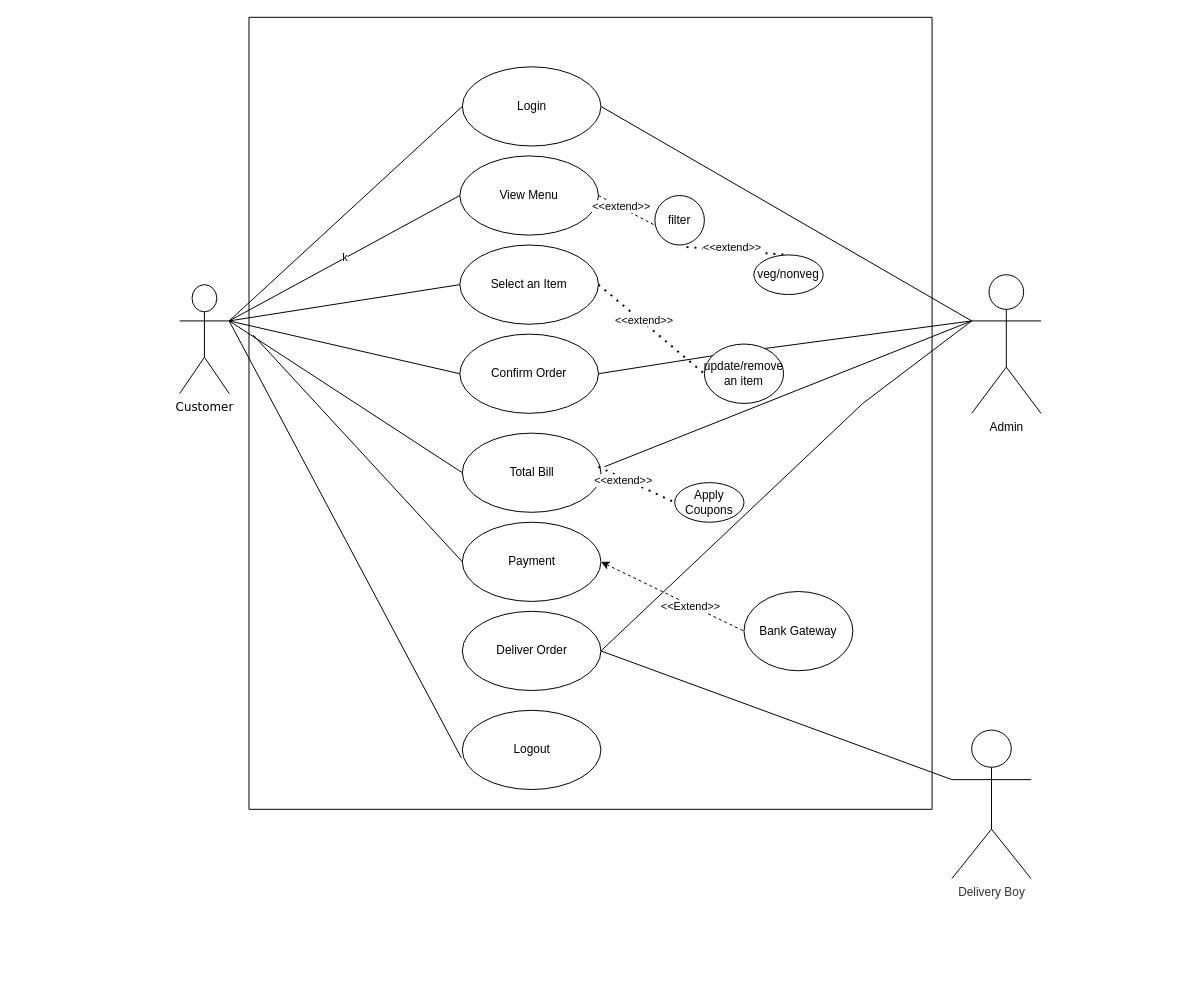
G4MB1T24/uml keeps this draw.io diagram as Untitled Diagram.drawio. Above is the earlier version. Source tidied: cells renumbered, new cells numbered last; positions are measured from the earlier drawing's top-left corner, leaving out a move shared by most shapes. Both pictures are drawn from the tidied source at 99%, with x=0, y=0 at pixel (179, 17).
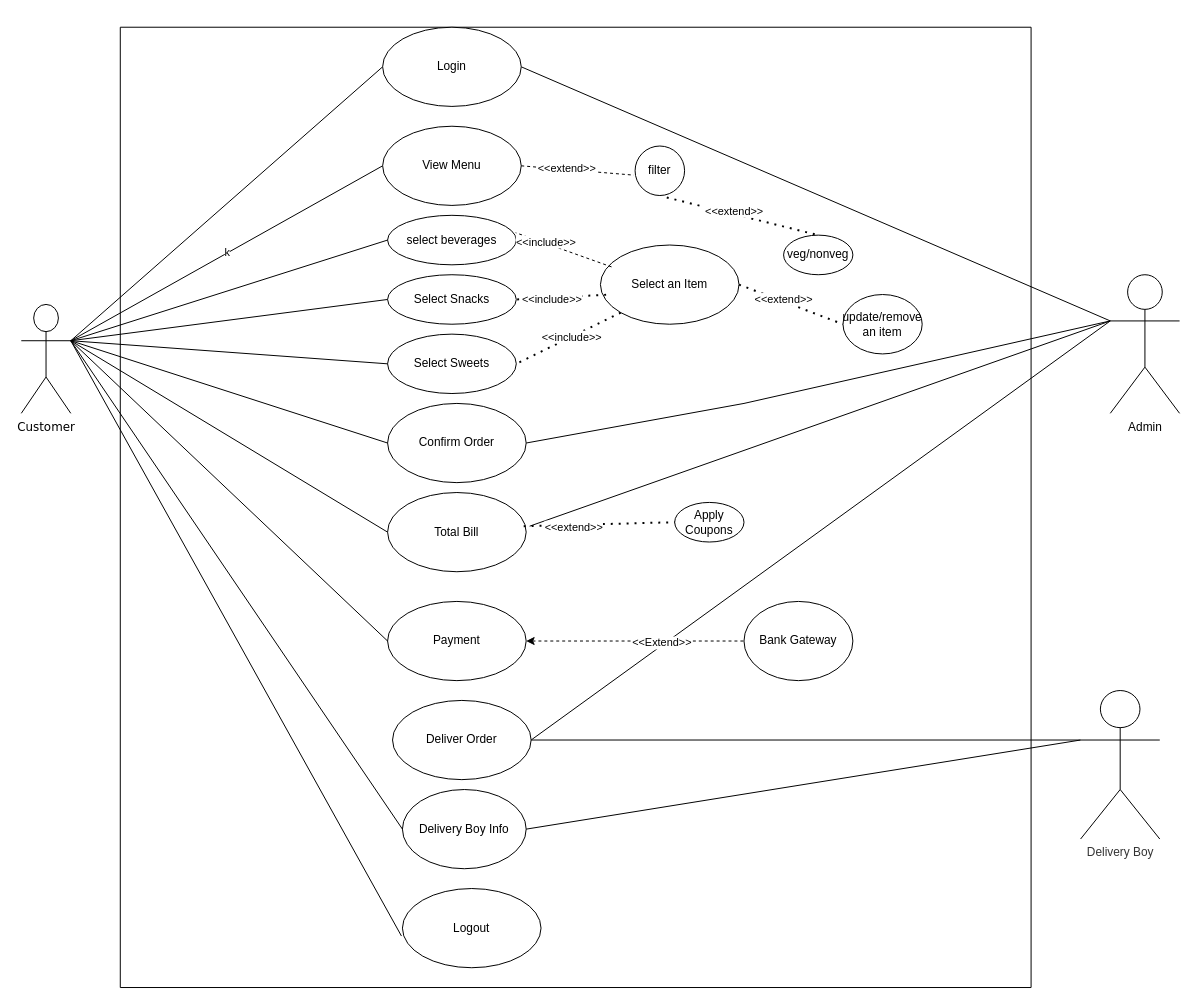
The same page after the edit.

The edit, as a diff of the source:
```diff
@@
     <mxCell id="2" value="&lt;font style=&quot;color: rgb(0, 0, 0);&quot;&gt;Customer&lt;/font&gt;&lt;div&gt;&lt;br&gt;&lt;/div&gt;" style="shape=umlActor;verticalLabelPosition=bottom;verticalAlign=top;html=1;outlineConnect=0;fontFamily=Verdana;" parent="1" vertex="1">
-      <mxGeometry y="270" width="50" height="110" as="geometry" />
+      <mxGeometry x="-160" y="290" width="50" height="110" as="geometry" />
     </mxCell>
-    <mxCell id="3" value="Login" style="ellipse;whiteSpace=wrap;html=1;" parent="1" vertex="1">
-      <mxGeometry x="285.5" y="50" width="140" height="80" as="geometry" />
-    </mxCell>
-    <mxCell id="4" value="View Menu" style="ellipse;whiteSpace=wrap;html=1;" parent="1" vertex="1">
-      <mxGeometry x="283" y="140" width="140" height="80" as="geometry" />
-    </mxCell>
-    <mxCell id="5" value="Select an Item" style="ellipse;whiteSpace=wrap;html=1;" parent="1" vertex="1">
-      <mxGeometry x="283" y="230" width="140" height="80" as="geometry" />
-    </mxCell>
-    <mxCell id="6" value="Total Bill" style="ellipse;whiteSpace=wrap;html=1;" parent="1" vertex="1">
-      <mxGeometry x="285.5" y="420" width="140" height="80" as="geometry" />
-    </mxCell>
-    <mxCell id="7" value="Confirm Order" style="ellipse;whiteSpace=wrap;html=1;" parent="1" vertex="1">
-      <mxGeometry x="283" y="320" width="140" height="80" as="geometry" />
-    </mxCell>
-    <mxCell id="8" value="Deliver Order" style="ellipse;whiteSpace=wrap;html=1;" parent="1" vertex="1">
-      <mxGeometry x="285.5" y="600" width="140" height="80" as="geometry" />
-    </mxCell>
-    <mxCell id="9" value="Logout" style="ellipse;whiteSpace=wrap;html=1;" parent="1" vertex="1">
-      <mxGeometry x="285.5" y="700" width="140" height="80" as="geometry" />
-    </mxCell>
@@
-    <mxCell id="12" style="endArrow=none;html=1;rounded=0;exitX=1;exitY=0.3333333333333333;exitDx=0;exitDy=0;exitPerimeter=0;entryX=0;entryY=0.5;entryDx=0;entryDy=0;" parent="1" edge="1" source="2" target="5">
-      <mxGeometry relative="1" as="geometry" />
-    </mxCell>
@@
     <mxCell id="16" value="&lt;span style=&quot;background-color: light-dark(#ffffff, var(--ge-dark-color, #121212));&quot;&gt;&lt;font style=&quot;color: rgb(51, 51, 51);&quot;&gt;Delivery Boy&lt;/font&gt;&lt;/span&gt;&lt;div&gt;&lt;br&gt;&lt;/div&gt;" style="shape=umlActor;verticalLabelPosition=bottom;verticalAlign=top;html=1;outlineConnect=0;" parent="1" vertex="1">
-      <mxGeometry x="780" y="720" width="80" height="150" as="geometry" />
+      <mxGeometry x="910" y="680" width="80" height="150" as="geometry" />
     </mxCell>
@@
     <mxCell id="18" value="Admin" style="shape=umlActor;verticalLabelPosition=bottom;verticalAlign=top;html=1;outlineConnect=0;" parent="1" vertex="1">
-      <mxGeometry x="800" y="260" width="70" height="140" as="geometry" />
+      <mxGeometry x="940" y="260" width="70" height="140" as="geometry" />
     </mxCell>
@@
     <mxCell id="20" style="endArrow=none;html=1;rounded=0;exitX=1;exitY=0.5;exitDx=0;exitDy=0;entryX=0;entryY=0.3333333333333333;entryDx=0;entryDy=0;entryPerimeter=0;" parent="1" edge="1" source="7" target="18">
       <mxGeometry relative="1" as="geometry">
         <Array as="points">
-          <mxPoint x="550" y="340" />
+          <mxPoint x="570" y="390" />
         </Array>
       </mxGeometry>
     </mxCell>
     <mxCell id="21" style="endArrow=none;html=1;rounded=0;entryX=0;entryY=0.3333333333333333;entryDx=0;entryDy=0;entryPerimeter=0;exitX=1;exitY=0.5;exitDx=0;exitDy=0;" parent="1" edge="1" source="8" target="18">
-      <mxGeometry relative="1" as="geometry">
-        <Array as="points">
-          <mxPoint x="690" y="390" />
-        </Array>
-      </mxGeometry>
+      <mxGeometry relative="1" as="geometry" />
     </mxCell>
@@
-    <mxCell id="23" value="Payment" style="ellipse;whiteSpace=wrap;html=1;" parent="1" vertex="1">
-      <mxGeometry x="285.5" y="510" width="140" height="80" as="geometry" />
-    </mxCell>
-    <mxCell id="24" style="endArrow=none;html=1;rounded=0;exitX=0;exitY=0.5;exitDx=0;exitDy=0;entryX=0.006;entryY=0.401;entryDx=0;entryDy=0;entryPerimeter=0;" parent="1" edge="1" source="23" target="27">
-      <mxGeometry relative="1" as="geometry" />
-    </mxCell>
-    <mxCell id="25" style="endArrow=none;dashed=1;html=1;rounded=0;entryX=0;entryY=0.5;entryDx=0;entryDy=0;exitX=1;exitY=0.5;exitDx=0;exitDy=0;startArrow=classic;startFill=1;" parent="1" edge="1" source="23" target="28">
-      <mxGeometry relative="1" as="geometry" />
-    </mxCell>
-    <mxCell id="26" value="&amp;lt;&amp;lt;Extend&amp;gt;&amp;gt;" style="edgeLabel;html=1;align=center;verticalAlign=middle;" parent="25" vertex="1">
-      <mxGeometry x="0.24" y="-1" relative="1" as="geometry" />
-    </mxCell>
     <mxCell id="27" style="swimlane;startSize=0;" parent="1" vertex="1">
-      <mxGeometry x="70" width="690" height="800" as="geometry" />
+      <mxGeometry x="-60" y="10" width="920" height="970" as="geometry" />
     </mxCell>
     <mxCell id="28" value="Bank Gateway" style="ellipse;whiteSpace=wrap;html=1;" parent="27" vertex="1">
-      <mxGeometry x="500" y="580" width="110" height="80" as="geometry" />
+      <mxGeometry x="630" y="580" width="110" height="80" as="geometry" />
     </mxCell>
     <mxCell id="29" value="filter" style="ellipse;whiteSpace=wrap;html=1;" parent="27" vertex="1">
-      <mxGeometry x="410" y="180" width="50" height="50" as="geometry" />
+      <mxGeometry x="520" y="120" width="50" height="50" as="geometry" />
     </mxCell>
     <mxCell id="30" value="veg/nonveg" style="ellipse;whiteSpace=wrap;html=1;" parent="27" vertex="1">
-      <mxGeometry x="510" y="240" width="70" height="40" as="geometry" />
+      <mxGeometry x="670" y="210" width="70" height="40" as="geometry" />
     </mxCell>
@@
     <mxCell id="33" value="Apply Coupons" style="ellipse;whiteSpace=wrap;html=1;" parent="27" vertex="1">
-      <mxGeometry x="430" y="470" width="70" height="40" as="geometry" />
+      <mxGeometry x="560" y="480" width="70" height="40" as="geometry" />
     </mxCell>
     <mxCell id="34" value="update/remove an item" style="ellipse;whiteSpace=wrap;html=1;" parent="27" vertex="1">
-      <mxGeometry x="460" y="330" width="80" height="60" as="geometry" />
+      <mxGeometry x="730" y="270" width="80" height="60" as="geometry" />
     </mxCell>
+    <mxCell id="41" value="select beverages" style="ellipse;whiteSpace=wrap;html=1;" parent="27" vertex="1">
+      <mxGeometry x="270" y="190" width="130" height="50" as="geometry" />
+    </mxCell>
+    <mxCell id="42" value="Select Snacks" style="ellipse;whiteSpace=wrap;html=1;" parent="27" vertex="1">
+      <mxGeometry x="270" y="250" width="130" height="50" as="geometry" />
+    </mxCell>
+    <mxCell id="43" value="Select Sweets" style="ellipse;whiteSpace=wrap;html=1;" parent="27" vertex="1">
+      <mxGeometry x="270" y="310" width="130" height="60" as="geometry" />
+    </mxCell>
+    <mxCell id="5" value="Select an Item" style="ellipse;whiteSpace=wrap;html=1;" parent="27" vertex="1">
+      <mxGeometry x="485" y="220" width="140" height="80" as="geometry" />
+    </mxCell>
+    <mxCell id="39" style="endArrow=none;dashed=1;html=1;dashPattern=1 3;strokeWidth=2;rounded=0;exitX=1;exitY=0.5;exitDx=0;exitDy=0;entryX=0;entryY=0.5;entryDx=0;entryDy=0;" parent="27" edge="1" source="5" target="34">
+      <mxGeometry relative="1" as="geometry" />
+    </mxCell>
+    <mxCell id="40" value="&amp;lt;&amp;lt;extend&amp;gt;&amp;gt;" style="edgeLabel;html=1;align=center;verticalAlign=middle;" parent="39" vertex="1">
+      <mxGeometry x="-0.17" y="2" relative="1" as="geometry" />
+    </mxCell>
+    <mxCell id="44" style="endArrow=none;dashed=1;html=1;rounded=0;entryX=0.995;entryY=0.351;entryDx=0;entryDy=0;entryPerimeter=0;exitX=0.08;exitY=0.276;exitDx=0;exitDy=0;exitPerimeter=0;" parent="27" edge="1" source="5" target="41">
+      <mxGeometry relative="1" as="geometry" />
+    </mxCell>
+    <mxCell id="45" value="&amp;lt;&amp;lt;include&amp;gt;&amp;gt;" style="edgeLabel;html=1;align=center;verticalAlign=middle;" parent="44" vertex="1">
+      <mxGeometry x="0.41" y="-3" relative="1" as="geometry">
+        <mxPoint y="1" as="offset" />
+      </mxGeometry>
+    </mxCell>
+    <mxCell id="46" style="endArrow=none;dashed=1;html=1;dashPattern=1 3;strokeWidth=2;rounded=0;entryX=1;entryY=0.5;entryDx=0;entryDy=0;exitX=0.041;exitY=0.628;exitDx=0;exitDy=0;exitPerimeter=0;" parent="27" edge="1" source="5" target="42">
+      <mxGeometry relative="1" as="geometry" />
+    </mxCell>
+    <mxCell id="47" value="&amp;lt;&amp;lt;include&amp;gt;&amp;gt;" style="edgeLabel;html=1;align=center;verticalAlign=middle;" parent="46" vertex="1">
+      <mxGeometry x="0.21" y="1" relative="1" as="geometry" />
+    </mxCell>
+    <mxCell id="48" style="endArrow=none;dashed=1;html=1;dashPattern=1 3;strokeWidth=2;rounded=0;entryX=1;entryY=0.5;entryDx=0;entryDy=0;exitX=0;exitY=1;exitDx=0;exitDy=0;" parent="27" edge="1" source="5" target="43">
+      <mxGeometry relative="1" as="geometry" />
+    </mxCell>
+    <mxCell id="49" value="&amp;lt;&amp;lt;include&amp;gt;&amp;gt;" style="edgeLabel;html=1;align=center;verticalAlign=middle;" parent="48" vertex="1">
+      <mxGeometry x="-0.05" relative="1" as="geometry" />
+    </mxCell>
+    <mxCell id="9" value="Logout" style="ellipse;whiteSpace=wrap;html=1;" parent="27" vertex="1">
+      <mxGeometry x="285" y="870" width="140" height="80" as="geometry" />
+    </mxCell>
+    <mxCell id="8" value="Deliver Order" style="ellipse;whiteSpace=wrap;html=1;" parent="27" vertex="1">
+      <mxGeometry x="275" y="680" width="140" height="80" as="geometry" />
+    </mxCell>
+    <mxCell id="23" value="Payment" style="ellipse;whiteSpace=wrap;html=1;" parent="27" vertex="1">
+      <mxGeometry x="270" y="580" width="140" height="80" as="geometry" />
+    </mxCell>
+    <mxCell id="25" style="endArrow=none;dashed=1;html=1;rounded=0;entryX=0;entryY=0.5;entryDx=0;entryDy=0;exitX=1;exitY=0.5;exitDx=0;exitDy=0;startArrow=classic;startFill=1;" parent="27" edge="1" source="23" target="28">
+      <mxGeometry relative="1" as="geometry" />
+    </mxCell>
+    <mxCell id="26" value="&amp;lt;&amp;lt;Extend&amp;gt;&amp;gt;" style="edgeLabel;html=1;align=center;verticalAlign=middle;" parent="25" vertex="1">
+      <mxGeometry x="0.24" y="-1" relative="1" as="geometry" />
+    </mxCell>
+    <mxCell id="6" value="Total Bill" style="ellipse;whiteSpace=wrap;html=1;" parent="27" vertex="1">
+      <mxGeometry x="270" y="470" width="140" height="80" as="geometry" />
+    </mxCell>
+    <mxCell id="37" style="endArrow=none;dashed=1;html=1;dashPattern=1 3;strokeWidth=2;rounded=0;entryX=0;entryY=0.5;entryDx=0;entryDy=0;exitX=0.982;exitY=0.425;exitDx=0;exitDy=0;exitPerimeter=0;" parent="27" edge="1" source="6" target="33">
+      <mxGeometry relative="1" as="geometry" />
+    </mxCell>
+    <mxCell id="38" value="&amp;lt;&amp;lt;extend&amp;gt;&amp;gt;" style="edgeLabel;html=1;align=center;verticalAlign=middle;" parent="37" vertex="1">
+      <mxGeometry x="-0.34" y="-2" relative="1" as="geometry" />
+    </mxCell>
+    <mxCell id="7" value="Confirm Order" style="ellipse;whiteSpace=wrap;html=1;" parent="27" vertex="1">
+      <mxGeometry x="270" y="380" width="140" height="80" as="geometry" />
+    </mxCell>
+    <mxCell id="3" value="Login" style="ellipse;whiteSpace=wrap;html=1;" parent="27" vertex="1">
+      <mxGeometry x="265" width="140" height="80" as="geometry" />
+    </mxCell>
+    <mxCell id="4" value="View Menu" style="ellipse;whiteSpace=wrap;html=1;" parent="27" vertex="1">
+      <mxGeometry x="265" y="100" width="140" height="80" as="geometry" />
+    </mxCell>
-    <mxCell id="35" style="endArrow=none;dashed=1;html=1;rounded=0;entryX=-0.025;entryY=0.588;entryDx=0;entryDy=0;entryPerimeter=0;exitX=1;exitY=0.5;exitDx=0;exitDy=0;" parent="1" edge="1" source="4" target="29">
+    <mxCell id="35" style="endArrow=none;dashed=1;html=1;rounded=0;entryX=-0.025;entryY=0.588;entryDx=0;entryDy=0;entryPerimeter=0;exitX=1;exitY=0.5;exitDx=0;exitDy=0;" parent="27" edge="1" source="4" target="29">
       <mxGeometry relative="1" as="geometry" />
     </mxCell>
@@
-    <mxCell id="37" style="endArrow=none;dashed=1;html=1;dashPattern=1 3;strokeWidth=2;rounded=0;entryX=0;entryY=0.5;entryDx=0;entryDy=0;exitX=0.982;exitY=0.425;exitDx=0;exitDy=0;exitPerimeter=0;" parent="1" edge="1" source="6" target="33">
-      <mxGeometry relative="1" as="geometry" />
-    </mxCell>
-    <mxCell id="38" value="&amp;lt;&amp;lt;extend&amp;gt;&amp;gt;" style="edgeLabel;html=1;align=center;verticalAlign=middle;" parent="37" vertex="1">
-      <mxGeometry x="-0.34" y="-2" relative="1" as="geometry" />
-    </mxCell>
-    <mxCell id="39" style="endArrow=none;dashed=1;html=1;dashPattern=1 3;strokeWidth=2;rounded=0;exitX=1;exitY=0.5;exitDx=0;exitDy=0;entryX=0;entryY=0.5;entryDx=0;entryDy=0;" parent="1" edge="1" source="5" target="34">
-      <mxGeometry relative="1" as="geometry" />
-    </mxCell>
-    <mxCell id="40" value="&amp;lt;&amp;lt;extend&amp;gt;&amp;gt;" style="edgeLabel;html=1;align=center;verticalAlign=middle;" parent="39" vertex="1">
-      <mxGeometry x="-0.17" y="2" relative="1" as="geometry" />
-    </mxCell>
+    <mxCell id="50" value="Delivery Boy Info" style="ellipse;whiteSpace=wrap;html=1;" parent="27" vertex="1">
+      <mxGeometry x="285" y="770" width="125" height="80" as="geometry" />
+    </mxCell>
+    <mxCell id="51" style="endArrow=none;html=1;rounded=0;entryX=0;entryY=0.5;entryDx=0;entryDy=0;exitX=1;exitY=0.3333333333333333;exitDx=0;exitDy=0;exitPerimeter=0;" parent="1" edge="1" source="2" target="41">
+      <mxGeometry relative="1" as="geometry" />
+    </mxCell>
+    <mxCell id="52" style="endArrow=none;html=1;rounded=0;entryX=0;entryY=0.5;entryDx=0;entryDy=0;exitX=1;exitY=0.3333333333333333;exitDx=0;exitDy=0;exitPerimeter=0;" parent="1" edge="1" source="2" target="42">
+      <mxGeometry relative="1" as="geometry" />
+    </mxCell>
+    <mxCell id="53" style="endArrow=none;html=1;rounded=0;entryX=1;entryY=0.3333333333333333;entryDx=0;entryDy=0;entryPerimeter=0;exitX=0;exitY=0.5;exitDx=0;exitDy=0;" parent="1" edge="1" source="43" target="2">
+      <mxGeometry relative="1" as="geometry" />
+    </mxCell>
+    <mxCell id="24" style="endArrow=none;html=1;rounded=0;exitX=0;exitY=0.5;exitDx=0;exitDy=0;entryX=1;entryY=0.3333333333333333;entryDx=0;entryDy=0;entryPerimeter=0;" parent="1" edge="1" source="23" target="2">
+      <mxGeometry relative="1" as="geometry" />
+    </mxCell>
+    <mxCell id="54" style="endArrow=none;html=1;rounded=0;entryX=1;entryY=0.5;entryDx=0;entryDy=0;exitX=0;exitY=0.3333333333333333;exitDx=0;exitDy=0;exitPerimeter=0;" parent="1" edge="1" source="16" target="50">
+      <mxGeometry relative="1" as="geometry" />
+    </mxCell>
+    <mxCell id="55" style="endArrow=none;html=1;rounded=0;entryX=1;entryY=0.3333333333333333;entryDx=0;entryDy=0;entryPerimeter=0;exitX=0;exitY=0.5;exitDx=0;exitDy=0;" parent="1" edge="1" source="50" target="2">
+      <mxGeometry relative="1" as="geometry" />
+    </mxCell>
```
